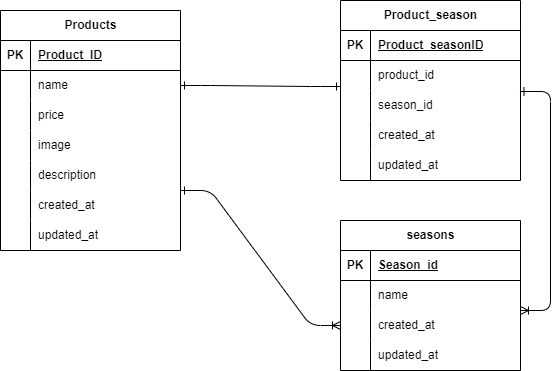
Earlier version of the draw.io export check-test2.drawio.png (HALU-cell/check-test-02). Source tidied: cells renumbered, new cells last; positions are measured from the earlier drawing's top-left corner, leaving out a move shared by most shapes. The source it was exported from:
```xml
<mxGraphModel>
  <root>
    <mxCell id="0" />
    <mxCell id="1" parent="0" />
    <mxCell id="2" value="Products" style="shape=table;startSize=30;rowLines=0;fontStyle=1;align=center;html=1;" parent="1" vertex="1">
      <mxGeometry y="10" width="180" height="240" as="geometry" />
    </mxCell>
    <mxCell id="3" style="shape=tableRow;horizontal=0;startSize=0;swimlaneHead=0;swimlaneBody=0;fillColor=none;top=0;left=0;right=0;bottom=1;" parent="2" vertex="1">
      <mxGeometry y="30" width="180" height="30" as="geometry" />
    </mxCell>
    <mxCell id="4" value="PK" style="shape=partialRectangle;fillColor=none;top=0;left=0;bottom=0;right=0;fontStyle=1;overflow=hidden;whiteSpace=wrap;html=1;" parent="3" vertex="1">
      <mxGeometry width="30" height="30" as="geometry" />
    </mxCell>
    <mxCell id="5" value="Product_ID" style="shape=partialRectangle;fillColor=none;top=0;left=0;bottom=0;right=0;align=left;spacingLeft=6;fontStyle=5;overflow=hidden;whiteSpace=wrap;html=1;" parent="3" vertex="1">
      <mxGeometry x="30" width="150" height="30" as="geometry" />
    </mxCell>
    <mxCell id="6" style="shape=tableRow;horizontal=0;startSize=0;swimlaneHead=0;swimlaneBody=0;fillColor=none;points=[[0,0.5],[1,0.5]];portConstraint=eastwest;top=0;left=0;right=0;bottom=0;" parent="2" vertex="1">
      <mxGeometry y="60" width="180" height="30" as="geometry" />
    </mxCell>
    <mxCell id="7" style="shape=partialRectangle;fillColor=none;top=0;left=0;bottom=0;right=0;overflow=hidden;whiteSpace=wrap;html=1;" parent="6" vertex="1">
      <mxGeometry width="30" height="30" as="geometry" />
    </mxCell>
    <mxCell id="8" value="name" style="shape=partialRectangle;fillColor=none;top=0;left=0;bottom=0;right=0;align=left;spacingLeft=6;overflow=hidden;whiteSpace=wrap;html=1;" parent="6" vertex="1">
      <mxGeometry x="30" width="150" height="30" as="geometry" />
    </mxCell>
    <mxCell id="9" style="shape=tableRow;horizontal=0;startSize=0;swimlaneHead=0;swimlaneBody=0;fillColor=none;points=[[0,0.5],[1,0.5]];portConstraint=eastwest;top=0;left=0;right=0;bottom=0;" parent="2" vertex="1">
      <mxGeometry y="90" width="180" height="30" as="geometry" />
    </mxCell>
    <mxCell id="10" style="shape=partialRectangle;fillColor=none;top=0;left=0;bottom=0;right=0;overflow=hidden;whiteSpace=wrap;html=1;" parent="9" vertex="1">
      <mxGeometry width="30" height="30" as="geometry" />
    </mxCell>
    <mxCell id="11" value="price" style="shape=partialRectangle;fillColor=none;top=0;left=0;bottom=0;right=0;align=left;spacingLeft=6;overflow=hidden;whiteSpace=wrap;html=1;" parent="9" vertex="1">
      <mxGeometry x="30" width="150" height="30" as="geometry" />
    </mxCell>
    <mxCell id="12" style="shape=tableRow;horizontal=0;startSize=0;swimlaneHead=0;swimlaneBody=0;fillColor=none;top=0;left=0;right=0;bottom=0;" parent="2" vertex="1">
      <mxGeometry y="120" width="180" height="30" as="geometry" />
    </mxCell>
    <mxCell id="13" style="shape=partialRectangle;fillColor=none;top=0;left=0;bottom=0;right=0;overflow=hidden;whiteSpace=wrap;html=1;" parent="12" vertex="1">
      <mxGeometry width="30" height="30" as="geometry" />
    </mxCell>
    <mxCell id="14" value="image" style="shape=partialRectangle;fillColor=none;top=0;left=0;bottom=0;right=0;align=left;spacingLeft=6;overflow=hidden;whiteSpace=wrap;html=1;" parent="12" vertex="1">
      <mxGeometry x="30" width="150" height="30" as="geometry" />
    </mxCell>
    <mxCell id="15" style="shape=tableRow;horizontal=0;startSize=0;swimlaneHead=0;swimlaneBody=0;fillColor=none;top=0;left=0;right=0;bottom=0;" parent="2" vertex="1">
      <mxGeometry y="150" width="180" height="30" as="geometry" />
    </mxCell>
    <mxCell id="16" style="shape=partialRectangle;fillColor=none;top=0;left=0;bottom=0;right=0;overflow=hidden;whiteSpace=wrap;html=1;" parent="15" vertex="1">
      <mxGeometry width="30" height="30" as="geometry" />
    </mxCell>
    <mxCell id="17" value="description" style="shape=partialRectangle;fillColor=none;top=0;left=0;bottom=0;right=0;align=left;spacingLeft=6;overflow=hidden;whiteSpace=wrap;html=1;" parent="15" vertex="1">
      <mxGeometry x="30" width="150" height="30" as="geometry" />
    </mxCell>
    <mxCell id="18" style="shape=tableRow;horizontal=0;startSize=0;swimlaneHead=0;swimlaneBody=0;fillColor=none;top=0;left=0;right=0;bottom=0;" parent="2" vertex="1">
      <mxGeometry y="180" width="180" height="30" as="geometry" />
    </mxCell>
    <mxCell id="19" style="shape=partialRectangle;fillColor=none;top=0;left=0;bottom=0;right=0;overflow=hidden;whiteSpace=wrap;html=1;" parent="18" vertex="1">
      <mxGeometry width="30" height="30" as="geometry" />
    </mxCell>
    <mxCell id="20" value="created_at" style="shape=partialRectangle;fillColor=none;top=0;left=0;bottom=0;right=0;align=left;spacingLeft=6;overflow=hidden;whiteSpace=wrap;html=1;" parent="18" vertex="1">
      <mxGeometry x="30" width="150" height="30" as="geometry" />
    </mxCell>
    <mxCell id="21" style="shape=tableRow;horizontal=0;startSize=0;swimlaneHead=0;swimlaneBody=0;fillColor=none;top=0;left=0;right=0;bottom=0;" parent="2" vertex="1">
      <mxGeometry y="210" width="180" height="30" as="geometry" />
    </mxCell>
    <mxCell id="22" style="shape=partialRectangle;fillColor=none;top=0;left=0;bottom=0;right=0;overflow=hidden;whiteSpace=wrap;html=1;" parent="21" vertex="1">
      <mxGeometry width="30" height="30" as="geometry" />
    </mxCell>
    <mxCell id="23" value="updated_at" style="shape=partialRectangle;fillColor=none;top=0;left=0;bottom=0;right=0;align=left;spacingLeft=6;overflow=hidden;whiteSpace=wrap;html=1;" parent="21" vertex="1">
      <mxGeometry x="30" width="150" height="30" as="geometry" />
    </mxCell>
    <mxCell id="24" value="seasons" style="shape=table;startSize=30;rowLines=0;fontStyle=1;align=center;html=1;" parent="1" vertex="1">
      <mxGeometry x="340" y="220" width="180" height="150" as="geometry" />
    </mxCell>
    <mxCell id="25" style="shape=tableRow;horizontal=0;startSize=0;swimlaneHead=0;swimlaneBody=0;fillColor=none;top=0;left=0;right=0;bottom=1;" parent="24" vertex="1">
      <mxGeometry y="30" width="180" height="30" as="geometry" />
    </mxCell>
    <mxCell id="26" value="PK" style="shape=partialRectangle;fillColor=none;top=0;left=0;bottom=0;right=0;fontStyle=1;overflow=hidden;whiteSpace=wrap;html=1;" parent="25" vertex="1">
      <mxGeometry width="30" height="30" as="geometry" />
    </mxCell>
    <mxCell id="27" value="Season_id" style="shape=partialRectangle;fillColor=none;top=0;left=0;bottom=0;right=0;align=left;spacingLeft=6;fontStyle=5;overflow=hidden;whiteSpace=wrap;html=1;" parent="25" vertex="1">
      <mxGeometry x="30" width="150" height="30" as="geometry" />
    </mxCell>
    <mxCell id="28" style="shape=tableRow;horizontal=0;startSize=0;swimlaneHead=0;swimlaneBody=0;fillColor=none;points=[[0,0.5],[1,0.5]];portConstraint=eastwest;top=0;left=0;right=0;bottom=0;" parent="24" vertex="1">
      <mxGeometry y="60" width="180" height="30" as="geometry" />
    </mxCell>
    <mxCell id="29" style="shape=partialRectangle;fillColor=none;top=0;left=0;bottom=0;right=0;overflow=hidden;whiteSpace=wrap;html=1;" parent="28" vertex="1">
      <mxGeometry width="30" height="30" as="geometry" />
    </mxCell>
    <mxCell id="30" value="name" style="shape=partialRectangle;fillColor=none;top=0;left=0;bottom=0;right=0;align=left;spacingLeft=6;overflow=hidden;whiteSpace=wrap;html=1;" parent="28" vertex="1">
      <mxGeometry x="30" width="150" height="30" as="geometry" />
    </mxCell>
    <mxCell id="31" style="shape=tableRow;horizontal=0;startSize=0;swimlaneHead=0;swimlaneBody=0;fillColor=none;points=[[0,0.5],[1,0.5]];portConstraint=eastwest;top=0;left=0;right=0;bottom=0;" parent="24" vertex="1">
      <mxGeometry y="90" width="180" height="30" as="geometry" />
    </mxCell>
    <mxCell id="32" style="shape=partialRectangle;fillColor=none;top=0;left=0;bottom=0;right=0;overflow=hidden;whiteSpace=wrap;html=1;" parent="31" vertex="1">
      <mxGeometry width="30" height="30" as="geometry" />
    </mxCell>
    <mxCell id="33" value="created_at" style="shape=partialRectangle;fillColor=none;top=0;left=0;bottom=0;right=0;align=left;spacingLeft=6;overflow=hidden;whiteSpace=wrap;html=1;" parent="31" vertex="1">
      <mxGeometry x="30" width="150" height="30" as="geometry" />
    </mxCell>
    <mxCell id="34" style="shape=tableRow;horizontal=0;startSize=0;swimlaneHead=0;swimlaneBody=0;fillColor=none;top=0;left=0;right=0;bottom=0;" parent="24" vertex="1">
      <mxGeometry y="120" width="180" height="30" as="geometry" />
    </mxCell>
    <mxCell id="35" style="shape=partialRectangle;fillColor=none;top=0;left=0;bottom=0;right=0;overflow=hidden;whiteSpace=wrap;html=1;" parent="34" vertex="1">
      <mxGeometry width="30" height="30" as="geometry" />
    </mxCell>
    <mxCell id="36" value="updated_at" style="shape=partialRectangle;fillColor=none;top=0;left=0;bottom=0;right=0;align=left;spacingLeft=6;overflow=hidden;whiteSpace=wrap;html=1;" parent="34" vertex="1">
      <mxGeometry x="30" width="150" height="30" as="geometry" />
    </mxCell>
    <mxCell id="37" value="Product_season" style="shape=table;startSize=30;rowLines=0;fontStyle=1;align=center;html=1;" parent="1" vertex="1">
      <mxGeometry x="340" width="180" height="180" as="geometry" />
    </mxCell>
    <mxCell id="38" style="shape=tableRow;horizontal=0;startSize=0;swimlaneHead=0;swimlaneBody=0;fillColor=none;top=0;left=0;right=0;bottom=1;" parent="37" vertex="1">
      <mxGeometry y="30" width="180" height="30" as="geometry" />
    </mxCell>
    <mxCell id="39" value="PK" style="shape=partialRectangle;fillColor=none;top=0;left=0;bottom=0;right=0;fontStyle=1;overflow=hidden;whiteSpace=wrap;html=1;" parent="38" vertex="1">
      <mxGeometry width="30" height="30" as="geometry" />
    </mxCell>
    <mxCell id="40" value="Product_seasonID" style="shape=partialRectangle;fillColor=none;top=0;left=0;bottom=0;right=0;align=left;spacingLeft=6;fontStyle=5;overflow=hidden;whiteSpace=wrap;html=1;" parent="38" vertex="1">
      <mxGeometry x="30" width="150" height="30" as="geometry" />
    </mxCell>
    <mxCell id="41" style="shape=tableRow;horizontal=0;startSize=0;swimlaneHead=0;swimlaneBody=0;fillColor=none;points=[[0,0.5],[1,0.5]];portConstraint=eastwest;top=0;left=0;right=0;bottom=0;" parent="37" vertex="1">
      <mxGeometry y="60" width="180" height="30" as="geometry" />
    </mxCell>
    <mxCell id="42" style="shape=partialRectangle;fillColor=none;top=0;left=0;bottom=0;right=0;overflow=hidden;whiteSpace=wrap;html=1;" parent="41" vertex="1">
      <mxGeometry width="30" height="30" as="geometry" />
    </mxCell>
    <mxCell id="43" value="product_id" style="shape=partialRectangle;fillColor=none;top=0;left=0;bottom=0;right=0;align=left;spacingLeft=6;overflow=hidden;whiteSpace=wrap;html=1;" parent="41" vertex="1">
      <mxGeometry x="30" width="150" height="30" as="geometry" />
    </mxCell>
    <mxCell id="44" style="shape=tableRow;horizontal=0;startSize=0;swimlaneHead=0;swimlaneBody=0;fillColor=none;points=[[0,0.5],[1,0.5]];portConstraint=eastwest;top=0;left=0;right=0;bottom=0;" parent="37" vertex="1">
      <mxGeometry y="90" width="180" height="30" as="geometry" />
    </mxCell>
    <mxCell id="45" style="shape=partialRectangle;fillColor=none;top=0;left=0;bottom=0;right=0;overflow=hidden;whiteSpace=wrap;html=1;" parent="44" vertex="1">
      <mxGeometry width="30" height="30" as="geometry" />
    </mxCell>
    <mxCell id="46" value="season_id" style="shape=partialRectangle;fillColor=none;top=0;left=0;bottom=0;right=0;align=left;spacingLeft=6;overflow=hidden;whiteSpace=wrap;html=1;" parent="44" vertex="1">
      <mxGeometry x="30" width="150" height="30" as="geometry" />
    </mxCell>
    <mxCell id="47" style="shape=tableRow;horizontal=0;startSize=0;swimlaneHead=0;swimlaneBody=0;fillColor=none;top=0;left=0;right=0;bottom=0;" parent="37" vertex="1">
      <mxGeometry y="120" width="180" height="30" as="geometry" />
    </mxCell>
    <mxCell id="48" style="shape=partialRectangle;fillColor=none;top=0;left=0;bottom=0;right=0;overflow=hidden;whiteSpace=wrap;html=1;" parent="47" vertex="1">
      <mxGeometry width="30" height="30" as="geometry" />
    </mxCell>
    <mxCell id="49" value="created_at" style="shape=partialRectangle;fillColor=none;top=0;left=0;bottom=0;right=0;align=left;spacingLeft=6;overflow=hidden;whiteSpace=wrap;html=1;" parent="47" vertex="1">
      <mxGeometry x="30" width="150" height="30" as="geometry" />
    </mxCell>
    <mxCell id="50" style="shape=tableRow;horizontal=0;startSize=0;swimlaneHead=0;swimlaneBody=0;fillColor=none;top=0;left=0;right=0;bottom=0;" parent="37" vertex="1">
      <mxGeometry y="150" width="180" height="30" as="geometry" />
    </mxCell>
    <mxCell id="51" style="shape=partialRectangle;fillColor=none;top=0;left=0;bottom=0;right=0;overflow=hidden;whiteSpace=wrap;html=1;" parent="50" vertex="1">
      <mxGeometry width="30" height="30" as="geometry" />
    </mxCell>
    <mxCell id="52" value="updated_at" style="shape=partialRectangle;fillColor=none;top=0;left=0;bottom=0;right=0;align=left;spacingLeft=6;overflow=hidden;whiteSpace=wrap;html=1;" parent="50" vertex="1">
      <mxGeometry x="30" width="150" height="30" as="geometry" />
    </mxCell>
    <mxCell id="53" style="edgeStyle=entityRelationEdgeStyle;fontSize=12;html=1;endArrow=ERone;endFill=0;exitX=1;exitY=0.5;exitDx=0;exitDy=0;startArrow=ERone;startFill=0;" parent="1" edge="1" source="6">
      <mxGeometry relative="1" as="geometry">
        <mxPoint x="340" y="86" as="targetPoint" />
      </mxGeometry>
    </mxCell>
    <mxCell id="54" style="edgeStyle=entityRelationEdgeStyle;fontSize=12;html=1;endArrow=ERoneToMany;endFill=0;exitX=1;exitY=0.75;exitDx=0;exitDy=0;entryX=0;entryY=0.5;entryDx=0;entryDy=0;startArrow=ERone;startFill=0;" parent="1" edge="1" source="2" target="31">
      <mxGeometry relative="1" as="geometry">
        <Array as="points">
          <mxPoint x="90.2" y="380" />
          <mxPoint x="210" y="260" />
          <mxPoint x="220" y="290" />
          <mxPoint x="150.2" y="300" />
        </Array>
      </mxGeometry>
    </mxCell>
    <mxCell id="55" style="edgeStyle=entityRelationEdgeStyle;fontSize=12;html=1;endArrow=ERone;endFill=0;entryX=0.997;entryY=0.033;entryDx=0;entryDy=0;entryPerimeter=0;startArrow=ERoneToMany;startFill=0;" parent="1" edge="1" target="44">
      <mxGeometry relative="1" as="geometry">
        <mxPoint x="520" y="310" as="sourcePoint" />
      </mxGeometry>
    </mxCell>
  </root>
</mxGraphModel>
```
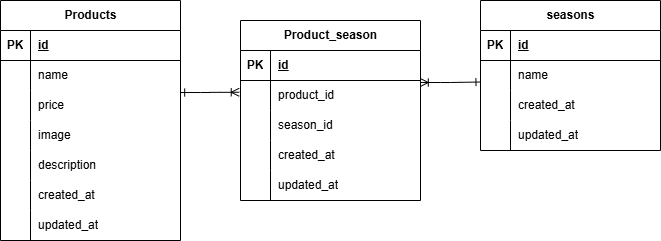
After the change.

Diff of the diagram source:
```diff
@@ -11,7 +11,7 @@
     <mxCell id="4" value="PK" style="shape=partialRectangle;fillColor=none;top=0;left=0;bottom=0;right=0;fontStyle=1;overflow=hidden;whiteSpace=wrap;html=1;" parent="3" vertex="1">
       <mxGeometry width="30" height="30" as="geometry" />
     </mxCell>
-    <mxCell id="5" value="Product_ID" style="shape=partialRectangle;fillColor=none;top=0;left=0;bottom=0;right=0;align=left;spacingLeft=6;fontStyle=5;overflow=hidden;whiteSpace=wrap;html=1;" parent="3" vertex="1">
+    <mxCell id="5" value="id" style="shape=partialRectangle;fillColor=none;top=0;left=0;bottom=0;right=0;align=left;spacingLeft=6;fontStyle=5;overflow=hidden;whiteSpace=wrap;html=1;" parent="3" vertex="1">
       <mxGeometry x="30" width="150" height="30" as="geometry" />
     </mxCell>
     <mxCell id="6" style="shape=tableRow;horizontal=0;startSize=0;swimlaneHead=0;swimlaneBody=0;fillColor=none;points=[[0,0.5],[1,0.5]];portConstraint=eastwest;top=0;left=0;right=0;bottom=0;" parent="2" vertex="1">
@@ -69,7 +69,7 @@
       <mxGeometry x="30" width="150" height="30" as="geometry" />
     </mxCell>
     <mxCell id="24" value="seasons" style="shape=table;startSize=30;rowLines=0;fontStyle=1;align=center;html=1;" parent="1" vertex="1">
-      <mxGeometry x="340" y="220" width="180" height="150" as="geometry" />
+      <mxGeometry x="480" y="10" width="180" height="150" as="geometry" />
     </mxCell>
     <mxCell id="25" style="shape=tableRow;horizontal=0;startSize=0;swimlaneHead=0;swimlaneBody=0;fillColor=none;top=0;left=0;right=0;bottom=1;" parent="24" vertex="1">
       <mxGeometry y="30" width="180" height="30" as="geometry" />
@@ -77,7 +77,7 @@
     <mxCell id="26" value="PK" style="shape=partialRectangle;fillColor=none;top=0;left=0;bottom=0;right=0;fontStyle=1;overflow=hidden;whiteSpace=wrap;html=1;" parent="25" vertex="1">
       <mxGeometry width="30" height="30" as="geometry" />
     </mxCell>
-    <mxCell id="27" value="Season_id" style="shape=partialRectangle;fillColor=none;top=0;left=0;bottom=0;right=0;align=left;spacingLeft=6;fontStyle=5;overflow=hidden;whiteSpace=wrap;html=1;" parent="25" vertex="1">
+    <mxCell id="27" value="id" style="shape=partialRectangle;fillColor=none;top=0;left=0;bottom=0;right=0;align=left;spacingLeft=6;fontStyle=5;overflow=hidden;whiteSpace=wrap;html=1;" parent="25" vertex="1">
       <mxGeometry x="30" width="150" height="30" as="geometry" />
     </mxCell>
     <mxCell id="28" style="shape=tableRow;horizontal=0;startSize=0;swimlaneHead=0;swimlaneBody=0;fillColor=none;points=[[0,0.5],[1,0.5]];portConstraint=eastwest;top=0;left=0;right=0;bottom=0;" parent="24" vertex="1">
@@ -108,7 +108,7 @@
       <mxGeometry x="30" width="150" height="30" as="geometry" />
     </mxCell>
     <mxCell id="37" value="Product_season" style="shape=table;startSize=30;rowLines=0;fontStyle=1;align=center;html=1;" parent="1" vertex="1">
-      <mxGeometry x="340" width="180" height="180" as="geometry" />
+      <mxGeometry x="240" y="30" width="180" height="180" as="geometry" />
     </mxCell>
     <mxCell id="38" style="shape=tableRow;horizontal=0;startSize=0;swimlaneHead=0;swimlaneBody=0;fillColor=none;top=0;left=0;right=0;bottom=1;" parent="37" vertex="1">
       <mxGeometry y="30" width="180" height="30" as="geometry" />
@@ -116,7 +116,7 @@
     <mxCell id="39" value="PK" style="shape=partialRectangle;fillColor=none;top=0;left=0;bottom=0;right=0;fontStyle=1;overflow=hidden;whiteSpace=wrap;html=1;" parent="38" vertex="1">
       <mxGeometry width="30" height="30" as="geometry" />
     </mxCell>
-    <mxCell id="40" value="Product_seasonID" style="shape=partialRectangle;fillColor=none;top=0;left=0;bottom=0;right=0;align=left;spacingLeft=6;fontStyle=5;overflow=hidden;whiteSpace=wrap;html=1;" parent="38" vertex="1">
+    <mxCell id="40" value="id" style="shape=partialRectangle;fillColor=none;top=0;left=0;bottom=0;right=0;align=left;spacingLeft=6;fontStyle=5;overflow=hidden;whiteSpace=wrap;html=1;" parent="38" vertex="1">
       <mxGeometry x="30" width="150" height="30" as="geometry" />
     </mxCell>
     <mxCell id="41" style="shape=tableRow;horizontal=0;startSize=0;swimlaneHead=0;swimlaneBody=0;fillColor=none;points=[[0,0.5],[1,0.5]];portConstraint=eastwest;top=0;left=0;right=0;bottom=0;" parent="37" vertex="1">
@@ -155,25 +155,11 @@
     <mxCell id="52" value="updated_at" style="shape=partialRectangle;fillColor=none;top=0;left=0;bottom=0;right=0;align=left;spacingLeft=6;overflow=hidden;whiteSpace=wrap;html=1;" parent="50" vertex="1">
       <mxGeometry x="30" width="150" height="30" as="geometry" />
     </mxCell>
-    <mxCell id="53" style="edgeStyle=entityRelationEdgeStyle;fontSize=12;html=1;endArrow=ERone;endFill=0;exitX=1;exitY=0.5;exitDx=0;exitDy=0;startArrow=ERone;startFill=0;" parent="1" edge="1" source="6">
-      <mxGeometry relative="1" as="geometry">
-        <mxPoint x="340" y="86" as="targetPoint" />
-      </mxGeometry>
-    </mxCell>
-    <mxCell id="54" style="edgeStyle=entityRelationEdgeStyle;fontSize=12;html=1;endArrow=ERoneToMany;endFill=0;exitX=1;exitY=0.75;exitDx=0;exitDy=0;entryX=0;entryY=0.5;entryDx=0;entryDy=0;startArrow=ERone;startFill=0;" parent="1" edge="1" source="2" target="31">
-      <mxGeometry relative="1" as="geometry">
-        <Array as="points">
-          <mxPoint x="90.2" y="380" />
-          <mxPoint x="210" y="260" />
-          <mxPoint x="220" y="290" />
-          <mxPoint x="150.2" y="300" />
-        </Array>
-      </mxGeometry>
-    </mxCell>
-    <mxCell id="55" style="edgeStyle=entityRelationEdgeStyle;fontSize=12;html=1;endArrow=ERone;endFill=0;entryX=0.997;entryY=0.033;entryDx=0;entryDy=0;entryPerimeter=0;startArrow=ERoneToMany;startFill=0;" parent="1" edge="1" target="44">
-      <mxGeometry relative="1" as="geometry">
-        <mxPoint x="520" y="310" as="sourcePoint" />
-      </mxGeometry>
+    <mxCell id="55" style="edgeStyle=entityRelationEdgeStyle;fontSize=12;html=1;endArrow=ERoneToMany;startArrow=ERone;exitX=1.001;exitY=0.067;exitDx=0;exitDy=0;exitPerimeter=0;endFill=0;entryX=-0.007;entryY=0.392;entryDx=0;entryDy=0;entryPerimeter=0;startFill=0;" parent="1" edge="1" source="9" target="41">
+      <mxGeometry relative="1" as="geometry" />
     </mxCell>
+    <mxCell id="56" style="edgeStyle=entityRelationEdgeStyle;fontSize=12;html=1;endArrow=ERone;endFill=0;entryX=-0.003;entryY=0.717;entryDx=0;entryDy=0;entryPerimeter=0;exitX=0.999;exitY=0.067;exitDx=0;exitDy=0;exitPerimeter=0;startArrow=ERoneToMany;startFill=0;" parent="1" edge="1" source="41" target="28">
+      <mxGeometry relative="1" as="geometry" />
+    </mxCell>
   </root>
 </mxGraphModel>
```
